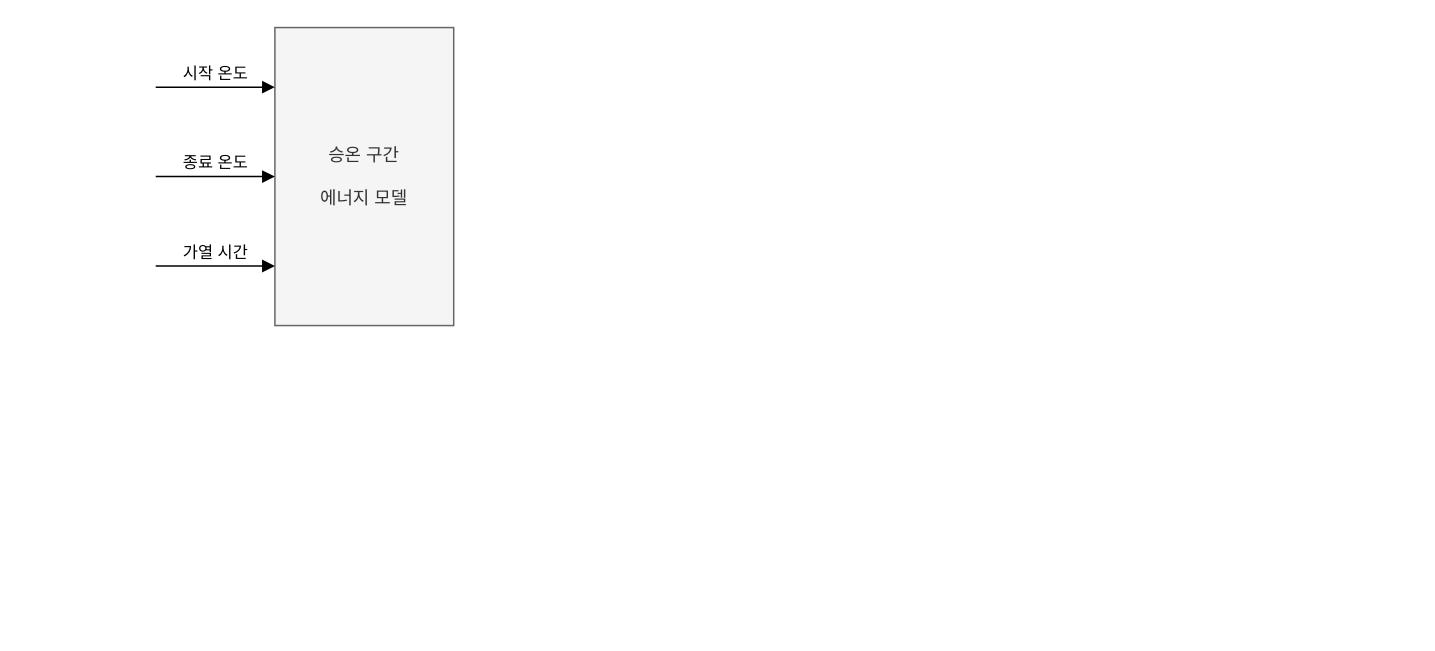
Before: Untitled Diagram.drawio in seheeP/statistic, a draw.io diagram. Source tidied: cells renumbered, new cells numbered last; positions are measured from the earlier drawing's top-left corner, leaving out a move shared by most shapes. Both pictures are drawn from the tidied source at 149%, with x=0, y=0 at pixel (155, 27).
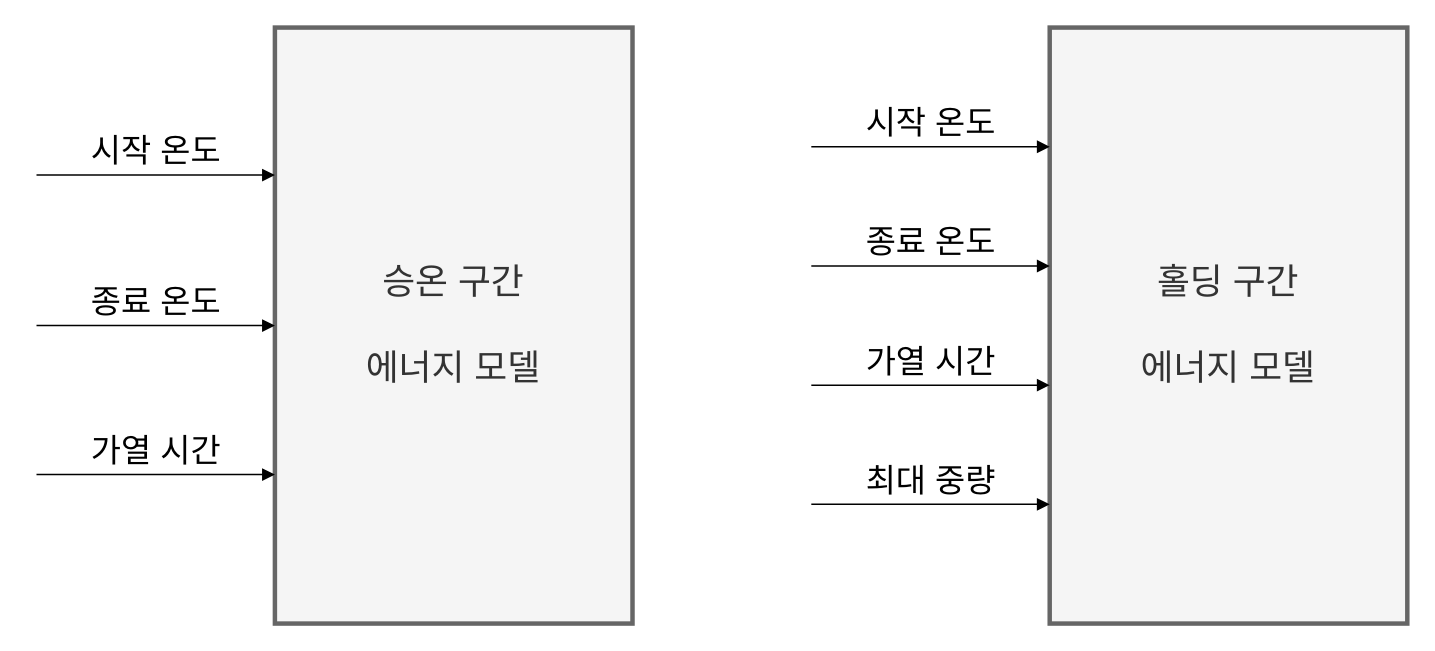
After the change.

Change to the diagram source:
```diff
@@
 <mxGraphModel>
   <root>
     <mxCell id="0" />
     <mxCell id="1" parent="0" />
-    <mxCell id="2" value="승온 구간&lt;br&gt;&lt;br&gt;에너지 모델" style="rounded=0;whiteSpace=wrap;html=1;fillColor=#f5f5f5;strokeColor=#666666;fontColor=#333333;" parent="1" vertex="1">
-      <mxGeometry x="80" width="120" height="200" as="geometry" />
+    <mxCell id="2" value="&lt;font style=&quot;font-size: 24px&quot;&gt;승온 구간&lt;br&gt;&lt;br&gt;에너지 모델&lt;/font&gt;" style="rounded=0;whiteSpace=wrap;html=1;fillColor=#f5f5f5;strokeColor=#666666;fontColor=#333333;strokeWidth=3;" parent="1" vertex="1">
+      <mxGeometry x="80" width="240" height="400" as="geometry" />
     </mxCell>
-    <mxCell id="3" value="시작 온도" style="html=1;verticalAlign=bottom;endArrow=block;rounded=0;edgeStyle=orthogonalEdgeStyle;" parent="1" edge="1">
+    <mxCell id="3" value="&lt;font style=&quot;font-size: 22px&quot;&gt;시작 온도&lt;/font&gt;" style="html=1;verticalAlign=bottom;endArrow=block;rounded=0;edgeStyle=orthogonalEdgeStyle;" parent="1" edge="1">
       <mxGeometry relative="1" as="geometry">
-        <mxPoint y="40" as="sourcePoint" />
-        <mxPoint x="80" y="40" as="targetPoint" />
+        <mxPoint x="-80" y="99" as="sourcePoint" />
+        <mxPoint x="80" y="99" as="targetPoint" />
       </mxGeometry>
     </mxCell>
-    <mxCell id="4" value="종료 온도" style="html=1;verticalAlign=bottom;endArrow=block;rounded=0;edgeStyle=orthogonalEdgeStyle;" parent="1" edge="1">
+    <mxCell id="4" value="&lt;font style=&quot;font-size: 22px&quot;&gt;종료 온도&lt;/font&gt;" style="html=1;verticalAlign=bottom;endArrow=block;rounded=0;edgeStyle=orthogonalEdgeStyle;" parent="1" edge="1">
       <mxGeometry relative="1" as="geometry">
-        <mxPoint y="100" as="sourcePoint" />
-        <mxPoint x="80" y="100" as="targetPoint" />
+        <mxPoint x="-80" y="200" as="sourcePoint" />
+        <mxPoint x="80" y="200" as="targetPoint" />
       </mxGeometry>
     </mxCell>
-    <mxCell id="5" value="가열 시간" style="html=1;verticalAlign=bottom;endArrow=block;rounded=0;edgeStyle=orthogonalEdgeStyle;" parent="1" edge="1">
+    <mxCell id="5" value="&lt;font style=&quot;font-size: 22px&quot;&gt;가열 시간&lt;/font&gt;" style="html=1;verticalAlign=bottom;endArrow=block;rounded=0;edgeStyle=orthogonalEdgeStyle;" parent="1" edge="1">
       <mxGeometry relative="1" as="geometry">
-        <mxPoint y="160" as="sourcePoint" />
-        <mxPoint x="80" y="160" as="targetPoint" />
+        <mxPoint x="-80" y="300" as="sourcePoint" />
+        <mxPoint x="80" y="300" as="targetPoint" />
       </mxGeometry>
     </mxCell>
+    <mxCell id="6" value="&lt;font style=&quot;font-size: 24px&quot;&gt;홀딩 구간&lt;br&gt;&lt;br&gt;에너지 모델&lt;/font&gt;" style="rounded=0;whiteSpace=wrap;html=1;fillColor=#f5f5f5;strokeColor=#666666;fontColor=#333333;strokeWidth=3;" parent="1" vertex="1">
+      <mxGeometry x="600" width="240" height="400" as="geometry" />
+    </mxCell>
+    <mxCell id="7" value="&lt;font style=&quot;font-size: 22px&quot;&gt;시작 온도&lt;/font&gt;" style="html=1;verticalAlign=bottom;endArrow=block;rounded=0;edgeStyle=orthogonalEdgeStyle;" parent="1" edge="1">
+      <mxGeometry relative="1" as="geometry">
+        <mxPoint x="440" y="80" as="sourcePoint" />
+        <mxPoint x="600" y="80" as="targetPoint" />
+      </mxGeometry>
+    </mxCell>
+    <mxCell id="8" value="&lt;font style=&quot;font-size: 22px&quot;&gt;종료 온도&lt;/font&gt;" style="html=1;verticalAlign=bottom;endArrow=block;rounded=0;edgeStyle=orthogonalEdgeStyle;" parent="1" edge="1">
+      <mxGeometry relative="1" as="geometry">
+        <mxPoint x="440" y="160" as="sourcePoint" />
+        <mxPoint x="600" y="160" as="targetPoint" />
+      </mxGeometry>
+    </mxCell>
+    <mxCell id="9" value="&lt;font style=&quot;font-size: 22px&quot;&gt;가열 시간&lt;/font&gt;" style="html=1;verticalAlign=bottom;endArrow=block;rounded=0;edgeStyle=orthogonalEdgeStyle;" parent="1" edge="1">
+      <mxGeometry relative="1" as="geometry">
+        <mxPoint x="440" y="240" as="sourcePoint" />
+        <mxPoint x="600" y="240" as="targetPoint" />
+      </mxGeometry>
+    </mxCell>
+    <mxCell id="10" value="&lt;font style=&quot;font-size: 22px&quot;&gt;최대 중량&lt;/font&gt;" style="html=1;verticalAlign=bottom;endArrow=block;rounded=0;edgeStyle=orthogonalEdgeStyle;" parent="1" edge="1">
+      <mxGeometry relative="1" as="geometry">
+        <mxPoint x="440" y="320" as="sourcePoint" />
+        <mxPoint x="600" y="320" as="targetPoint" />
+      </mxGeometry>
+    </mxCell>
   </root>
 </mxGraphModel>
```
